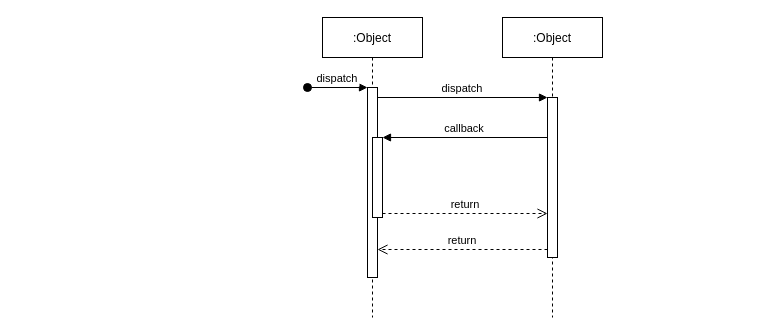
Before: Untitled Diagram.drawio in forthegame/ANU2024, a draw.io diagram. Source tidied: cells renumbered, new cells numbered last; positions are measured from the earlier drawing's top-left corner, leaving out a move shared by most shapes. Both pictures are drawn from the tidied source at 100%, with x=0, y=0 at pixel (307, 17).
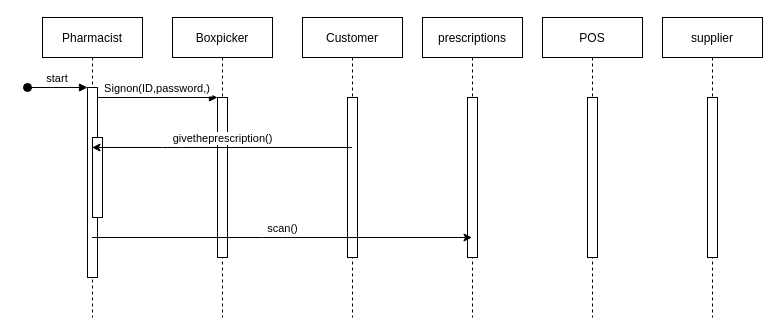
The same page after the edit.

Unchanged cells that the change refers to:
```xml
<mxCell id="3" style="points=[];perimeter=orthogonalPerimeter;rounded=0;shadow=0;strokeWidth=1;" parent="2" vertex="1">
  <mxGeometry x="45" y="70" width="10" height="190" as="geometry" />
</mxCell>
<mxCell id="5" style="points=[];perimeter=orthogonalPerimeter;rounded=0;shadow=0;strokeWidth=1;" parent="2" vertex="1">
  <mxGeometry x="50" y="120" width="10" height="80" as="geometry" />
</mxCell>
<mxCell id="7" style="points=[];perimeter=orthogonalPerimeter;rounded=0;shadow=0;strokeWidth=1;" parent="6" vertex="1">
  <mxGeometry x="45" y="80" width="10" height="160" as="geometry" />
</mxCell>
```

Change to the diagram source:
```diff
@@
-    <mxCell id="2" value=":Object" style="shape=umlLifeline;perimeter=lifelinePerimeter;rounded=0;shadow=0;strokeWidth=1;" parent="1" vertex="1">
-      <mxGeometry x="15" width="100" height="300" as="geometry" />
+    <mxCell id="2" value="Pharmacist" style="shape=umlLifeline;perimeter=lifelinePerimeter;rounded=0;shadow=0;strokeWidth=1;" parent="1" vertex="1">
+      <mxGeometry x="-265" width="100" height="300" as="geometry" />
     </mxCell>
@@
-    <mxCell id="4" value="dispatch" style="verticalAlign=bottom;startArrow=oval;endArrow=block;startSize=8;shadow=0;strokeWidth=1;" parent="2" edge="1" target="3">
+    <mxCell id="4" value="start" style="verticalAlign=bottom;startArrow=oval;endArrow=block;startSize=8;shadow=0;strokeWidth=1;" parent="2" edge="1" target="3">
       <mxGeometry relative="1" as="geometry">
         <mxPoint x="-15" y="70" as="sourcePoint" />
       </mxGeometry>
     </mxCell>
@@
-    <mxCell id="6" value=":Object" style="shape=umlLifeline;perimeter=lifelinePerimeter;rounded=0;shadow=0;strokeWidth=1;" parent="1" vertex="1">
-      <mxGeometry x="195" width="100" height="300" as="geometry" />
+    <mxCell id="6" value="Boxpicker" style="shape=umlLifeline;perimeter=lifelinePerimeter;rounded=0;shadow=0;strokeWidth=1;" parent="1" vertex="1">
+      <mxGeometry x="-135" width="100" height="300" as="geometry" />
     </mxCell>
@@
-    <mxCell id="8" value="return" style="verticalAlign=bottom;endArrow=open;dashed=1;endSize=8;exitX=0;exitY=0.95;shadow=0;strokeWidth=1;" parent="1" edge="1" source="7" target="3">
-      <mxGeometry relative="1" as="geometry" />
-    </mxCell>
-    <mxCell id="9" value="dispatch" style="verticalAlign=bottom;endArrow=block;entryX=0;entryY=0;shadow=0;strokeWidth=1;" parent="1" edge="1" source="3" target="7">
+    <mxCell id="9" value="Signon(ID,password,)" style="verticalAlign=bottom;endArrow=block;entryX=0;entryY=0;shadow=0;strokeWidth=1;" parent="1" edge="1" source="3" target="7">
       <mxGeometry relative="1" as="geometry" />
     </mxCell>
-    <mxCell id="10" value="callback" style="verticalAlign=bottom;endArrow=block;entryX=1;entryY=0;shadow=0;strokeWidth=1;" parent="1" edge="1" source="7" target="5">
-      <mxGeometry relative="1" as="geometry" />
-    </mxCell>
-    <mxCell id="11" value="return" style="verticalAlign=bottom;endArrow=open;dashed=1;endSize=8;exitX=1;exitY=0.95;shadow=0;strokeWidth=1;" parent="1" edge="1" source="5" target="7">
-      <mxGeometry relative="1" as="geometry" />
-    </mxCell>
+    <mxCell id="12" value="Customer" style="shape=umlLifeline;perimeter=lifelinePerimeter;rounded=0;shadow=0;strokeWidth=1;" parent="1" vertex="1">
+      <mxGeometry x="-5" width="100" height="300" as="geometry" />
+    </mxCell>
+    <mxCell id="13" style="perimeter=orthogonalPerimeter;rounded=0;shadow=0;strokeWidth=1;" parent="12" vertex="1">
+      <mxGeometry x="45" y="80" width="10" height="160" as="geometry" />
+    </mxCell>
+    <mxCell id="14" value="supplier" style="shape=umlLifeline;perimeter=lifelinePerimeter;rounded=0;shadow=0;strokeWidth=1;" parent="1" vertex="1">
+      <mxGeometry x="355" width="100" height="300" as="geometry" />
+    </mxCell>
+    <mxCell id="15" style="perimeter=orthogonalPerimeter;rounded=0;shadow=0;strokeWidth=1;" parent="14" vertex="1">
+      <mxGeometry x="45" y="80" width="10" height="160" as="geometry" />
+    </mxCell>
+    <mxCell id="16" value="prescriptions" style="shape=umlLifeline;perimeter=lifelinePerimeter;rounded=0;shadow=0;strokeWidth=1;" parent="1" vertex="1">
+      <mxGeometry x="115" width="100" height="300" as="geometry" />
+    </mxCell>
+    <mxCell id="17" style="perimeter=orthogonalPerimeter;rounded=0;shadow=0;strokeWidth=1;" parent="16" vertex="1">
+      <mxGeometry x="45" y="80" width="10" height="160" as="geometry" />
+    </mxCell>
+    <mxCell id="18" value="POS" style="shape=umlLifeline;perimeter=lifelinePerimeter;rounded=0;shadow=0;strokeWidth=1;" parent="1" vertex="1">
+      <mxGeometry x="235" width="100" height="300" as="geometry" />
+    </mxCell>
+    <mxCell id="19" style="perimeter=orthogonalPerimeter;rounded=0;shadow=0;strokeWidth=1;" parent="18" vertex="1">
+      <mxGeometry x="45" y="80" width="10" height="160" as="geometry" />
+    </mxCell>
+    <mxCell id="20" value="givetheprescription()" style="endArrow=classic;html=1;verticalAlign=bottom;" parent="1" edge="1" source="12" target="2">
+      <mxGeometry relative="1" as="geometry">
+        <Array as="points">
+          <mxPoint x="-135" y="130" />
+        </Array>
+      </mxGeometry>
+    </mxCell>
+    <mxCell id="21" value="scan()" style="endArrow=classic;html=1;verticalAlign=bottom;" parent="1" edge="1" source="2" target="16">
+      <mxGeometry relative="1" as="geometry">
+        <Array as="points">
+          <mxPoint x="-35" y="220" />
+        </Array>
+      </mxGeometry>
+    </mxCell>
```
